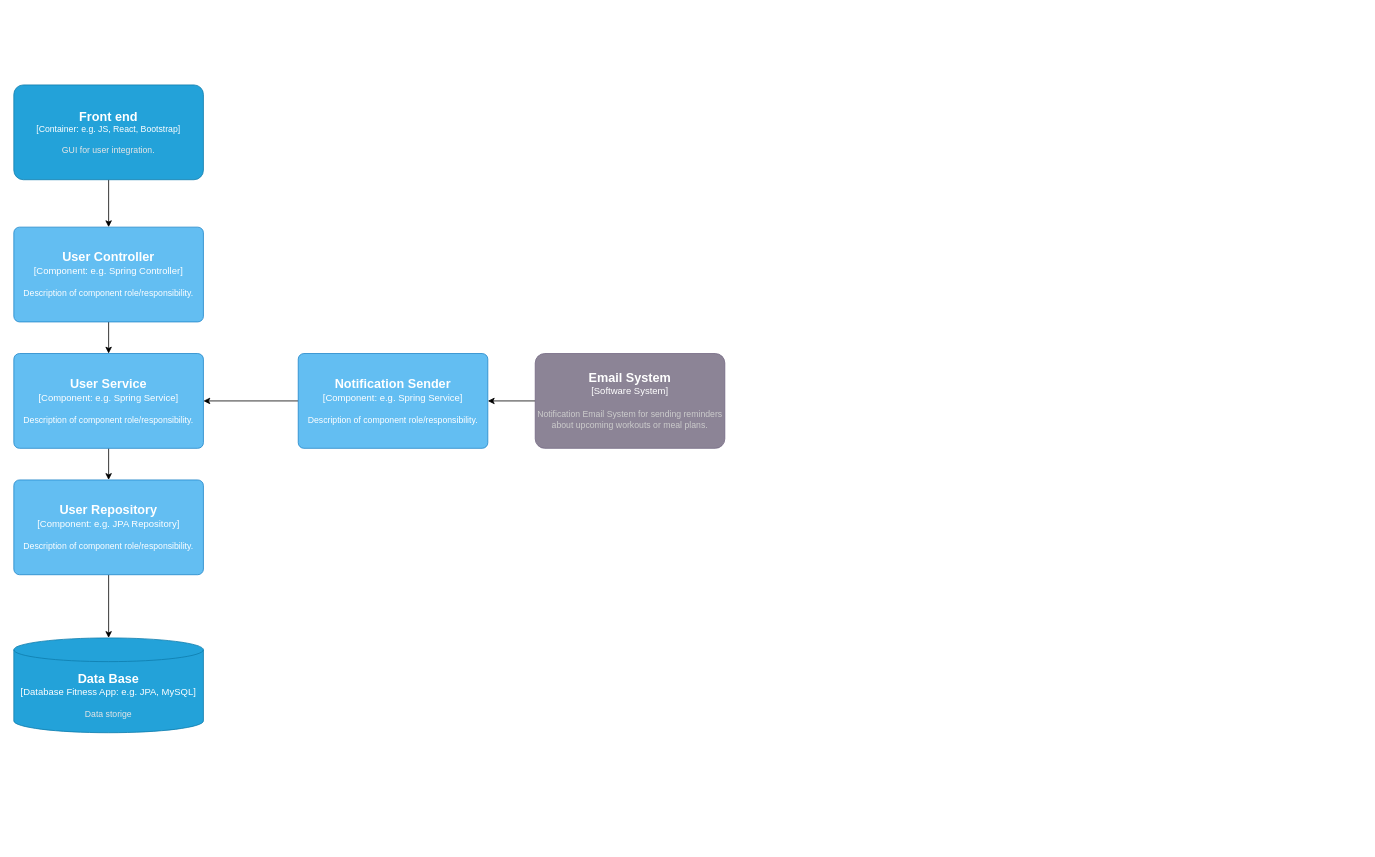
This is page "C3 Components BE" (3 of 3) of C4 Diagram/FitnessAppDiagram.drawio from AtanasDimitrov12/FitnessApp-Backend, a draw.io file, before an edit. Source tidied: cells renumbered, new cells numbered last; positions are measured from the earlier drawing's top-left corner, leaving out a move shared by most shapes. Both pictures are drawn from the tidied source at 79%, with x=0, y=0 at pixel (13, 85).
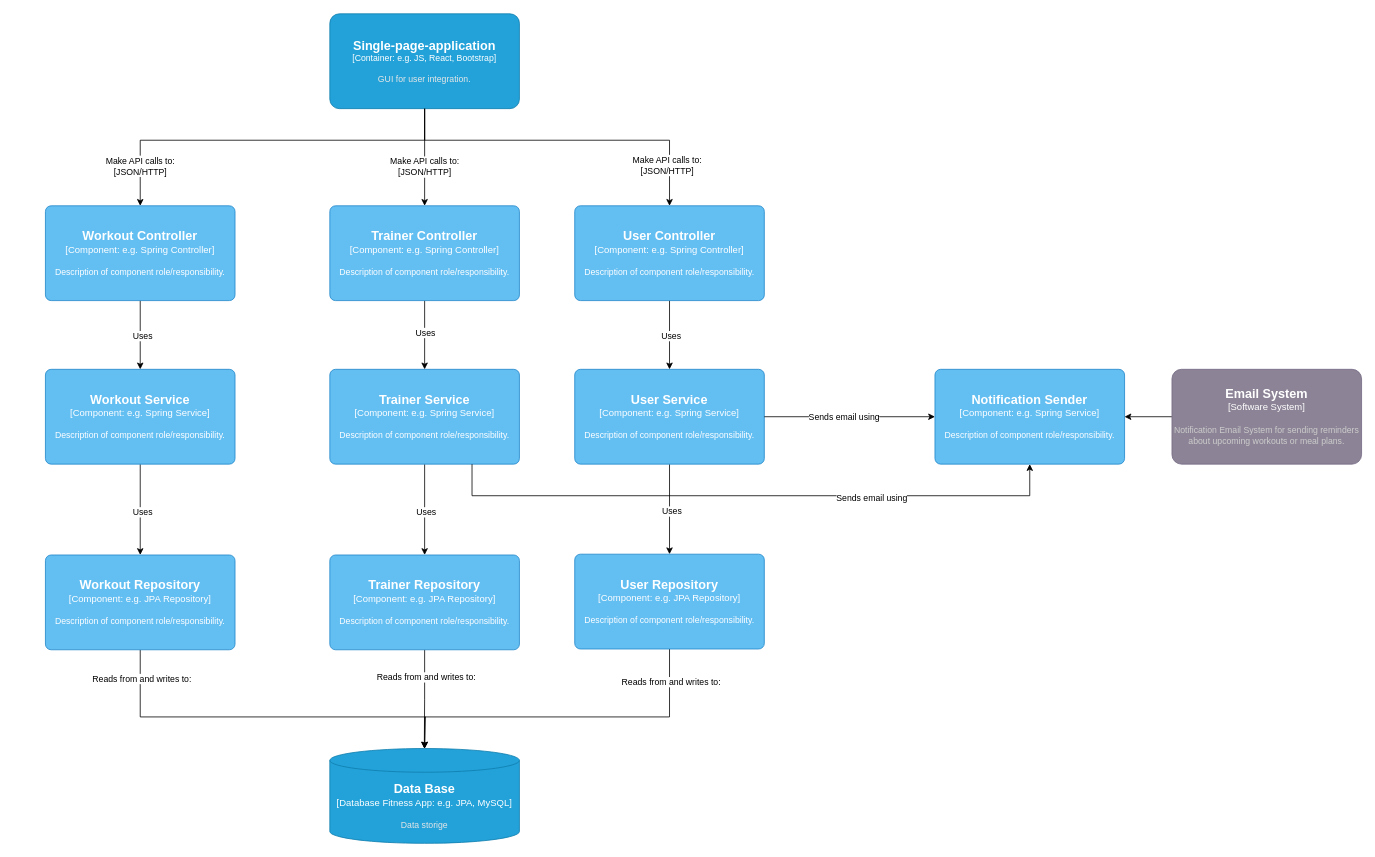
Above is the later version.

Unchanged cells that the change refers to:
```xml
<mxCell id="5" style="edgeStyle=orthogonalEdgeStyle;rounded=0;jettySize=auto;html=1;exitX=0.5;exitY=1;exitDx=0;exitDy=0;exitPerimeter=0;" parent="1" edge="1" source="6" target="8">
  <mxGeometry relative="1" as="geometry" />
</mxCell>
<mxCell id="7" style="edgeStyle=orthogonalEdgeStyle;rounded=0;jettySize=auto;html=1;exitX=0.5;exitY=1;exitDx=0;exitDy=0;exitPerimeter=0;" parent="1" edge="1" source="8" target="10">
  <mxGeometry relative="1" as="geometry" />
</mxCell>
```

What changed in the source:
```diff
@@
     <mxCell id="2" style="edgeStyle=orthogonalEdgeStyle;rounded=0;jettySize=auto;html=1;exitX=0.5;exitY=1;exitDx=0;exitDy=0;exitPerimeter=0;" parent="1" edge="1" source="3" target="6">
-      <mxGeometry relative="1" as="geometry" />
+      <mxGeometry relative="1" as="geometry">
+        <Array as="points">
+          <mxPoint x="520" y="70" />
+          <mxPoint x="830" y="70" />
+        </Array>
+      </mxGeometry>
     </mxCell>
+    <mxCell id="15" value="Make API calls to:&lt;br&gt;[JSON/HTTP]" style="edgeLabel;html=1;align=center;verticalAlign=middle;" parent="2" vertex="1">
+      <mxGeometry x="0.76" y="-4" relative="1" as="geometry" />
+    </mxCell>
-    <object id="3" label="&lt;font style=&quot;font-size: 16px&quot;&gt;&lt;b&gt;%c4Name%&lt;/b&gt;&lt;/font&gt;&lt;div&gt;[%c4Type%: %c4Technology%]&lt;/div&gt;&lt;br&gt;&lt;div&gt;&lt;font style=&quot;font-size: 11px&quot;&gt;&lt;font color=&quot;#E6E6E6&quot;&gt;%c4Description%&lt;/font&gt;&lt;/div&gt;" c4Description="GUI for user integration." c4Name="Front end" c4Technology="e.g. JS, React, Bootstrap" c4Type="Container" placeholders="1">
+    <object id="3" label="&lt;font style=&quot;font-size: 16px&quot;&gt;&lt;b&gt;%c4Name%&lt;/b&gt;&lt;/font&gt;&lt;div&gt;[%c4Type%: %c4Technology%]&lt;/div&gt;&lt;br&gt;&lt;div&gt;&lt;font style=&quot;font-size: 11px&quot;&gt;&lt;font color=&quot;#E6E6E6&quot;&gt;%c4Description%&lt;/font&gt;&lt;/div&gt;" c4Description="GUI for user integration." c4Name="Single-page-application" c4Technology="e.g. JS, React, Bootstrap" c4Type="Container" placeholders="1">
       <mxCell style="rounded=1;whiteSpace=wrap;html=1;fontSize=11;labelBackgroundColor=none;fillColor=#23A2D9;fontColor=#ffffff;align=center;arcSize=10;strokeColor=#0E7DAD;points=[[0.25,0,0],[0.5,0,0],[0.75,0,0],[1,0.25,0],[1,0.5,0],[1,0.75,0],[0.75,1,0],[0.5,1,0],[0.25,1,0],[0,0.75,0],[0,0.5,0],[0,0.25,0]];" parent="1" vertex="1">
-        <mxGeometry width="240" height="120" as="geometry" />
+        <mxGeometry x="400" y="-90" width="240" height="120" as="geometry" />
       </mxCell>
     </object>
     <object id="4" label="&lt;font style=&quot;font-size: 16px&quot;&gt;&lt;b&gt;%c4Type%&lt;/b&gt;&lt;/font&gt;&lt;div&gt;[%c4Container%:&amp;nbsp;%c4Technology%]&lt;/div&gt;&lt;br&gt;&lt;div&gt;&lt;font style=&quot;font-size: 11px&quot;&gt;&lt;font color=&quot;#E6E6E6&quot;&gt;%c4Description%&lt;/font&gt;&lt;/div&gt;" c4Container="Database Fitness App" c4Description="Data storige" c4Technology="e.g. JPA, MySQL" c4Type="Data Base" placeholders="1">
       <mxCell style="shape=cylinder3;size=15;whiteSpace=wrap;html=1;boundedLbl=1;rounded=0;labelBackgroundColor=none;fillColor=#23A2D9;fontSize=12;fontColor=#ffffff;align=center;strokeColor=#0E7DAD;points=[[0.5,0,0],[1,0.25,0],[1,0.5,0],[1,0.75,0],[0.5,1,0],[0,0.75,0],[0,0.5,0],[0,0.25,0]];" parent="1" vertex="1">
-        <mxGeometry y="700" width="240" height="120" as="geometry" />
+        <mxGeometry x="400" y="840" width="240" height="120" as="geometry" />
       </mxCell>
     </object>
@@
+    <mxCell id="16" value="Uses" style="edgeLabel;html=1;align=center;verticalAlign=middle;" parent="5" vertex="1">
+      <mxGeometry y="1" relative="1" as="geometry" />
+    </mxCell>
     <object id="6" label="&lt;font style=&quot;font-size: 16px&quot;&gt;&lt;b&gt;%c4Name%&lt;/b&gt;&lt;/font&gt;&lt;div&gt;[%c4Type%: %c4Technology%]&lt;/div&gt;&lt;br&gt;&lt;div&gt;&lt;font style=&quot;font-size: 11px&quot;&gt;%c4Description%&lt;/font&gt;&lt;/div&gt;" c4Description="Description of component role/responsibility." c4Name="User Controller" c4Technology="e.g. Spring Controller" c4Type="Component" placeholders="1">
       <mxCell style="rounded=1;whiteSpace=wrap;html=1;labelBackgroundColor=none;fillColor=#63BEF2;fontColor=#ffffff;align=center;arcSize=6;strokeColor=#2086C9;points=[[0.25,0,0],[0.5,0,0],[0.75,0,0],[1,0.25,0],[1,0.5,0],[1,0.75,0],[0.75,1,0],[0.5,1,0],[0.25,1,0],[0,0.75,0],[0,0.5,0],[0,0.25,0]];" parent="1" vertex="1">
-        <mxGeometry y="180" width="240" height="120" as="geometry" />
+        <mxGeometry x="710" y="153" width="240" height="120" as="geometry" />
       </mxCell>
     </object>
@@
+    <mxCell id="17" value="Uses" style="edgeLabel;html=1;align=center;verticalAlign=middle;" parent="7" vertex="1">
+      <mxGeometry x="0.04" y="2" relative="1" as="geometry" />
+    </mxCell>
     <object id="8" label="&lt;font style=&quot;font-size: 16px&quot;&gt;&lt;b&gt;%c4Name%&lt;/b&gt;&lt;/font&gt;&lt;div&gt;[%c4Type%: %c4Technology%]&lt;/div&gt;&lt;br&gt;&lt;div&gt;&lt;font style=&quot;font-size: 11px&quot;&gt;%c4Description%&lt;/font&gt;&lt;/div&gt;" c4Description="Description of component role/responsibility." c4Name="User Service" c4Technology="e.g. Spring Service" c4Type="Component" placeholders="1">
       <mxCell style="rounded=1;whiteSpace=wrap;html=1;labelBackgroundColor=none;fillColor=#63BEF2;fontColor=#ffffff;align=center;arcSize=6;strokeColor=#2086C9;points=[[0.25,0,0],[0.5,0,0],[0.75,0,0],[1,0.25,0],[1,0.5,0],[1,0.75,0],[0.75,1,0],[0.5,1,0],[0.25,1,0],[0,0.75,0],[0,0.5,0],[0,0.25,0]];" parent="1" vertex="1">
-        <mxGeometry y="340" width="240" height="120" as="geometry" />
+        <mxGeometry x="710" y="360" width="240" height="120" as="geometry" />
       </mxCell>
     </object>
     <mxCell id="9" style="edgeStyle=orthogonalEdgeStyle;rounded=0;jettySize=auto;html=1;exitX=0.5;exitY=1;exitDx=0;exitDy=0;exitPerimeter=0;" parent="1" edge="1" source="10" target="4">
-      <mxGeometry relative="1" as="geometry" />
+      <mxGeometry relative="1" as="geometry">
+        <Array as="points">
+          <mxPoint x="830" y="800" />
+          <mxPoint x="520" y="800" />
+        </Array>
+      </mxGeometry>
     </mxCell>
+    <mxCell id="18" value="Reads from and writes to:" style="edgeLabel;html=1;align=center;verticalAlign=middle;" parent="9" vertex="1">
+      <mxGeometry x="-0.81" y="1" relative="1" as="geometry" />
+    </mxCell>
     <object id="10" label="&lt;font style=&quot;font-size: 16px&quot;&gt;&lt;b&gt;%c4Name%&lt;/b&gt;&lt;/font&gt;&lt;div&gt;[%c4Type%: %c4Technology%]&lt;/div&gt;&lt;br&gt;&lt;div&gt;&lt;font style=&quot;font-size: 11px&quot;&gt;%c4Description%&lt;/font&gt;&lt;/div&gt;" c4Description="Description of component role/responsibility." c4Name="User Repository" c4Technology="e.g. JPA Repository" c4Type="Component" placeholders="1">
       <mxCell style="rounded=1;whiteSpace=wrap;html=1;labelBackgroundColor=none;fillColor=#63BEF2;fontColor=#ffffff;align=center;arcSize=6;strokeColor=#2086C9;points=[[0.25,0,0],[0.5,0,0],[0.75,0,0],[1,0.25,0],[1,0.5,0],[1,0.75,0],[0.75,1,0],[0.5,1,0],[0.25,1,0],[0,0.75,0],[0,0.5,0],[0,0.25,0]];" parent="1" vertex="1">
-        <mxGeometry y="500" width="240" height="120" as="geometry" />
+        <mxGeometry x="710" y="594" width="240" height="120" as="geometry" />
       </mxCell>
     </object>
-    <mxCell id="11" style="edgeStyle=orthogonalEdgeStyle;rounded=0;jettySize=auto;html=1;exitX=0;exitY=0.5;exitDx=0;exitDy=0;exitPerimeter=0;entryX=1;entryY=0.5;entryDx=0;entryDy=0;entryPerimeter=0;" parent="1" edge="1" source="12" target="8">
-      <mxGeometry relative="1" as="geometry" />
-    </mxCell>
     <object id="12" label="&lt;font style=&quot;font-size: 16px&quot;&gt;&lt;b&gt;%c4Name%&lt;/b&gt;&lt;/font&gt;&lt;div&gt;[%c4Type%: %c4Technology%]&lt;/div&gt;&lt;br&gt;&lt;div&gt;&lt;font style=&quot;font-size: 11px&quot;&gt;%c4Description%&lt;/font&gt;&lt;/div&gt;" c4Description="Description of component role/responsibility." c4Name="Notification Sender" c4Technology="e.g. Spring Service" c4Type="Component" placeholders="1">
       <mxCell style="rounded=1;whiteSpace=wrap;html=1;labelBackgroundColor=none;fillColor=#63BEF2;fontColor=#ffffff;align=center;arcSize=6;strokeColor=#2086C9;points=[[0.25,0,0],[0.5,0,0],[0.75,0,0],[1,0.25,0],[1,0.5,0],[1,0.75,0],[0.75,1,0],[0.5,1,0],[0.25,1,0],[0,0.75,0],[0,0.5,0],[0,0.25,0]];" parent="1" vertex="1">
-        <mxGeometry x="360" y="340" width="240" height="120" as="geometry" />
+        <mxGeometry x="1166" y="360" width="240" height="120" as="geometry" />
       </mxCell>
     </object>
@@
     <object id="14" label="&lt;font style=&quot;font-size: 16px&quot;&gt;&lt;b&gt;%c4Name%&lt;/b&gt;&lt;/font&gt;&lt;div&gt;[%c4Type%]&lt;/div&gt;&lt;br&gt;&lt;div&gt;&lt;font style=&quot;font-size: 11px&quot;&gt;&lt;font color=&quot;#cccccc&quot;&gt;%c4Description%&lt;/font&gt;&lt;/div&gt;" c4Description="Notification Email System for sending reminders about upcoming workouts or meal plans." c4Name="Email System" c4Type="Software System" placeholders="1">
       <mxCell style="rounded=1;whiteSpace=wrap;html=1;labelBackgroundColor=none;fillColor=#8C8496;fontColor=#ffffff;align=center;arcSize=10;strokeColor=#736782;points=[[0.25,0,0],[0.5,0,0],[0.75,0,0],[1,0.25,0],[1,0.5,0],[1,0.75,0],[0.75,1,0],[0.5,1,0],[0.25,1,0],[0,0.75,0],[0,0.5,0],[0,0.25,0]];" parent="1" vertex="1">
-        <mxGeometry x="660" y="340" width="240" height="120" as="geometry" />
+        <mxGeometry x="1466" y="360" width="240" height="120" as="geometry" />
       </mxCell>
     </object>
+    <mxCell id="19" style="edgeStyle=orthogonalEdgeStyle;rounded=0;jettySize=auto;html=1;exitX=0.5;exitY=1;exitDx=0;exitDy=0;exitPerimeter=0;" parent="1" edge="1" source="21" target="24">
+      <mxGeometry relative="1" as="geometry" />
+    </mxCell>
+    <mxCell id="20" value="Uses" style="edgeLabel;html=1;align=center;verticalAlign=middle;" parent="19" vertex="1">
+      <mxGeometry x="-0.09" relative="1" as="geometry" />
+    </mxCell>
+    <object id="21" label="&lt;font style=&quot;font-size: 16px&quot;&gt;&lt;b&gt;%c4Name%&lt;/b&gt;&lt;/font&gt;&lt;div&gt;[%c4Type%: %c4Technology%]&lt;/div&gt;&lt;br&gt;&lt;div&gt;&lt;font style=&quot;font-size: 11px&quot;&gt;%c4Description%&lt;/font&gt;&lt;/div&gt;" c4Description="Description of component role/responsibility." c4Name="Trainer Controller" c4Technology="e.g. Spring Controller" c4Type="Component" placeholders="1">
+      <mxCell style="rounded=1;whiteSpace=wrap;html=1;labelBackgroundColor=none;fillColor=#63BEF2;fontColor=#ffffff;align=center;arcSize=6;strokeColor=#2086C9;points=[[0.25,0,0],[0.5,0,0],[0.75,0,0],[1,0.25,0],[1,0.5,0],[1,0.75,0],[0.75,1,0],[0.5,1,0],[0.25,1,0],[0,0.75,0],[0,0.5,0],[0,0.25,0]];" parent="1" vertex="1">
+        <mxGeometry x="400" y="153" width="240" height="120" as="geometry" />
+      </mxCell>
+    </object>
+    <mxCell id="22" style="edgeStyle=orthogonalEdgeStyle;rounded=0;jettySize=auto;html=1;exitX=0.5;exitY=1;exitDx=0;exitDy=0;exitPerimeter=0;" parent="1" edge="1" source="24" target="27">
+      <mxGeometry relative="1" as="geometry" />
+    </mxCell>
+    <mxCell id="23" value="Uses" style="edgeLabel;html=1;align=center;verticalAlign=middle;" parent="22" vertex="1">
+      <mxGeometry x="0.05" y="1" relative="1" as="geometry" />
+    </mxCell>
+    <object id="24" label="&lt;font style=&quot;font-size: 16px&quot;&gt;&lt;b&gt;%c4Name%&lt;/b&gt;&lt;/font&gt;&lt;div&gt;[%c4Type%: %c4Technology%]&lt;/div&gt;&lt;br&gt;&lt;div&gt;&lt;font style=&quot;font-size: 11px&quot;&gt;%c4Description%&lt;/font&gt;&lt;/div&gt;" c4Description="Description of component role/responsibility." c4Name="Trainer Service" c4Technology="e.g. Spring Service" c4Type="Component" placeholders="1">
+      <mxCell style="rounded=1;whiteSpace=wrap;html=1;labelBackgroundColor=none;fillColor=#63BEF2;fontColor=#ffffff;align=center;arcSize=6;strokeColor=#2086C9;points=[[0.25,0,0],[0.5,0,0],[0.75,0,0],[1,0.25,0],[1,0.5,0],[1,0.75,0],[0.75,1,0],[0.5,1,0],[0.25,1,0],[0,0.75,0],[0,0.5,0],[0,0.25,0]];" parent="1" vertex="1">
+        <mxGeometry x="400" y="360" width="240" height="120" as="geometry" />
+      </mxCell>
+    </object>
+    <mxCell id="25" style="edgeStyle=orthogonalEdgeStyle;rounded=0;jettySize=auto;html=1;exitX=0.5;exitY=1;exitDx=0;exitDy=0;exitPerimeter=0;" parent="1" edge="1" source="27">
+      <mxGeometry relative="1" as="geometry">
+        <mxPoint x="519.6" y="840" as="targetPoint" />
+      </mxGeometry>
+    </mxCell>
+    <mxCell id="26" value="Reads from and writes to:" style="edgeLabel;html=1;align=center;verticalAlign=middle;" parent="25" vertex="1">
+      <mxGeometry x="-0.45" y="1" relative="1" as="geometry" />
+    </mxCell>
+    <object id="27" label="&lt;font style=&quot;font-size: 16px&quot;&gt;&lt;b&gt;%c4Name%&lt;/b&gt;&lt;/font&gt;&lt;div&gt;[%c4Type%: %c4Technology%]&lt;/div&gt;&lt;br&gt;&lt;div&gt;&lt;font style=&quot;font-size: 11px&quot;&gt;%c4Description%&lt;/font&gt;&lt;/div&gt;" c4Description="Description of component role/responsibility." c4Name="Trainer Repository" c4Technology="e.g. JPA Repository" c4Type="Component" placeholders="1">
+      <mxCell style="rounded=1;whiteSpace=wrap;html=1;labelBackgroundColor=none;fillColor=#63BEF2;fontColor=#ffffff;align=center;arcSize=6;strokeColor=#2086C9;points=[[0.25,0,0],[0.5,0,0],[0.75,0,0],[1,0.25,0],[1,0.5,0],[1,0.75,0],[0.75,1,0],[0.5,1,0],[0.25,1,0],[0,0.75,0],[0,0.5,0],[0,0.25,0]];" parent="1" vertex="1">
+        <mxGeometry x="400" y="595" width="240" height="120" as="geometry" />
+      </mxCell>
+    </object>
+    <mxCell id="28" style="edgeStyle=orthogonalEdgeStyle;rounded=0;jettySize=auto;html=1;exitX=0.5;exitY=1;exitDx=0;exitDy=0;exitPerimeter=0;" parent="1" edge="1" source="30" target="33">
+      <mxGeometry relative="1" as="geometry" />
+    </mxCell>
+    <mxCell id="29" value="Uses" style="edgeLabel;html=1;align=center;verticalAlign=middle;" parent="28" vertex="1">
+      <mxGeometry y="2" relative="1" as="geometry" />
+    </mxCell>
+    <object id="30" label="&lt;font style=&quot;font-size: 16px&quot;&gt;&lt;b&gt;%c4Name%&lt;/b&gt;&lt;/font&gt;&lt;div&gt;[%c4Type%: %c4Technology%]&lt;/div&gt;&lt;br&gt;&lt;div&gt;&lt;font style=&quot;font-size: 11px&quot;&gt;%c4Description%&lt;/font&gt;&lt;/div&gt;" c4Description="Description of component role/responsibility." c4Name="Workout Controller" c4Technology="e.g. Spring Controller" c4Type="Component" placeholders="1">
+      <mxCell style="rounded=1;whiteSpace=wrap;html=1;labelBackgroundColor=none;fillColor=#63BEF2;fontColor=#ffffff;align=center;arcSize=6;strokeColor=#2086C9;points=[[0.25,0,0],[0.5,0,0],[0.75,0,0],[1,0.25,0],[1,0.5,0],[1,0.75,0],[0.75,1,0],[0.5,1,0],[0.25,1,0],[0,0.75,0],[0,0.5,0],[0,0.25,0]];" parent="1" vertex="1">
+        <mxGeometry x="40" y="153" width="240" height="120" as="geometry" />
+      </mxCell>
+    </object>
+    <mxCell id="31" style="edgeStyle=orthogonalEdgeStyle;rounded=0;jettySize=auto;html=1;exitX=0.5;exitY=1;exitDx=0;exitDy=0;exitPerimeter=0;" parent="1" edge="1" source="33" target="36">
+      <mxGeometry relative="1" as="geometry" />
+    </mxCell>
+    <mxCell id="32" value="Uses" style="edgeLabel;html=1;align=center;verticalAlign=middle;" parent="31" vertex="1">
+      <mxGeometry x="0.05" y="2" relative="1" as="geometry" />
+    </mxCell>
+    <object id="33" label="&lt;font style=&quot;font-size: 16px&quot;&gt;&lt;b&gt;%c4Name%&lt;/b&gt;&lt;/font&gt;&lt;div&gt;[%c4Type%: %c4Technology%]&lt;/div&gt;&lt;br&gt;&lt;div&gt;&lt;font style=&quot;font-size: 11px&quot;&gt;%c4Description%&lt;/font&gt;&lt;/div&gt;" c4Description="Description of component role/responsibility." c4Name="Workout Service" c4Technology="e.g. Spring Service" c4Type="Component" placeholders="1">
+      <mxCell style="rounded=1;whiteSpace=wrap;html=1;labelBackgroundColor=none;fillColor=#63BEF2;fontColor=#ffffff;align=center;arcSize=6;strokeColor=#2086C9;points=[[0.25,0,0],[0.5,0,0],[0.75,0,0],[1,0.25,0],[1,0.5,0],[1,0.75,0],[0.75,1,0],[0.5,1,0],[0.25,1,0],[0,0.75,0],[0,0.5,0],[0,0.25,0]];" parent="1" vertex="1">
+        <mxGeometry x="40" y="360" width="240" height="120" as="geometry" />
+      </mxCell>
+    </object>
+    <mxCell id="34" style="edgeStyle=orthogonalEdgeStyle;rounded=0;jettySize=auto;html=1;exitX=0.5;exitY=1;exitDx=0;exitDy=0;exitPerimeter=0;" parent="1" edge="1" source="36">
+      <mxGeometry relative="1" as="geometry">
+        <mxPoint x="520" y="840" as="targetPoint" />
+        <Array as="points">
+          <mxPoint x="160" y="800" />
+          <mxPoint x="521" y="800" />
+          <mxPoint x="521" y="840" />
+        </Array>
+      </mxGeometry>
+    </mxCell>
+    <mxCell id="35" value="Reads from and writes to:" style="edgeLabel;html=1;align=center;verticalAlign=middle;" parent="34" vertex="1">
+      <mxGeometry x="-0.85" y="1" relative="1" as="geometry" />
+    </mxCell>
+    <object id="36" label="&lt;font style=&quot;font-size: 16px&quot;&gt;&lt;b&gt;%c4Name%&lt;/b&gt;&lt;/font&gt;&lt;div&gt;[%c4Type%: %c4Technology%]&lt;/div&gt;&lt;br&gt;&lt;div&gt;&lt;font style=&quot;font-size: 11px&quot;&gt;%c4Description%&lt;/font&gt;&lt;/div&gt;" c4Description="Description of component role/responsibility." c4Name="Workout Repository" c4Technology="e.g. JPA Repository" c4Type="Component" placeholders="1">
+      <mxCell style="rounded=1;whiteSpace=wrap;html=1;labelBackgroundColor=none;fillColor=#63BEF2;fontColor=#ffffff;align=center;arcSize=6;strokeColor=#2086C9;points=[[0.25,0,0],[0.5,0,0],[0.75,0,0],[1,0.25,0],[1,0.5,0],[1,0.75,0],[0.75,1,0],[0.5,1,0],[0.25,1,0],[0,0.75,0],[0,0.5,0],[0,0.25,0]];" parent="1" vertex="1">
+        <mxGeometry x="40" y="595" width="240" height="120" as="geometry" />
+      </mxCell>
+    </object>
+    <mxCell id="37" style="edgeStyle=orthogonalEdgeStyle;rounded=0;jettySize=auto;html=1;exitX=0.5;exitY=1;exitDx=0;exitDy=0;exitPerimeter=0;entryX=0.5;entryY=0;entryDx=0;entryDy=0;entryPerimeter=0;" parent="1" edge="1" source="3" target="21">
+      <mxGeometry relative="1" as="geometry" />
+    </mxCell>
+    <mxCell id="38" value="Make API calls to:&lt;br&gt;[JSON/HTTP]" style="edgeLabel;html=1;align=center;verticalAlign=middle;" parent="37" vertex="1">
+      <mxGeometry x="0.19" y="-1" relative="1" as="geometry" />
+    </mxCell>
+    <mxCell id="39" style="edgeStyle=orthogonalEdgeStyle;rounded=0;jettySize=auto;html=1;exitX=0.5;exitY=1;exitDx=0;exitDy=0;exitPerimeter=0;entryX=0.5;entryY=0;entryDx=0;entryDy=0;entryPerimeter=0;" parent="1" edge="1" source="3" target="30">
+      <mxGeometry relative="1" as="geometry">
+        <Array as="points">
+          <mxPoint x="520" y="70" />
+          <mxPoint x="160" y="70" />
+        </Array>
+      </mxGeometry>
+    </mxCell>
+    <mxCell id="40" value="Make API calls to:&lt;br&gt;[JSON/HTTP]" style="edgeLabel;html=1;align=center;verticalAlign=middle;" parent="39" vertex="1">
+      <mxGeometry x="0.79" y="-1" relative="1" as="geometry" />
+    </mxCell>
+    <mxCell id="41" style="edgeStyle=orthogonalEdgeStyle;rounded=0;jettySize=auto;html=1;exitX=0.75;exitY=1;exitDx=0;exitDy=0;exitPerimeter=0;entryX=0.5;entryY=1;entryDx=0;entryDy=0;entryPerimeter=0;" parent="1" edge="1" source="24" target="12">
+      <mxGeometry relative="1" as="geometry">
+        <Array as="points">
+          <mxPoint x="580" y="520" />
+          <mxPoint x="1286" y="520" />
+        </Array>
+      </mxGeometry>
+    </mxCell>
+    <mxCell id="42" value="Sends email using" style="edgeLabel;html=1;align=center;verticalAlign=middle;" parent="41" vertex="1">
+      <mxGeometry x="0.39" y="-2" relative="1" as="geometry">
+        <mxPoint x="-1" as="offset" />
+      </mxGeometry>
+    </mxCell>
+    <mxCell id="43" style="edgeStyle=orthogonalEdgeStyle;rounded=0;jettySize=auto;html=1;exitX=1;exitY=0.5;exitDx=0;exitDy=0;exitPerimeter=0;entryX=0;entryY=0.5;entryDx=0;entryDy=0;entryPerimeter=0;" parent="1" edge="1" source="8" target="12">
+      <mxGeometry relative="1" as="geometry" />
+    </mxCell>
+    <mxCell id="44" value="Sends email using" style="edgeLabel;html=1;align=center;verticalAlign=middle;" parent="43" vertex="1">
+      <mxGeometry x="-0.25" y="5" relative="1" as="geometry">
+        <mxPoint x="19" y="5" as="offset" />
+      </mxGeometry>
+    </mxCell>
```
